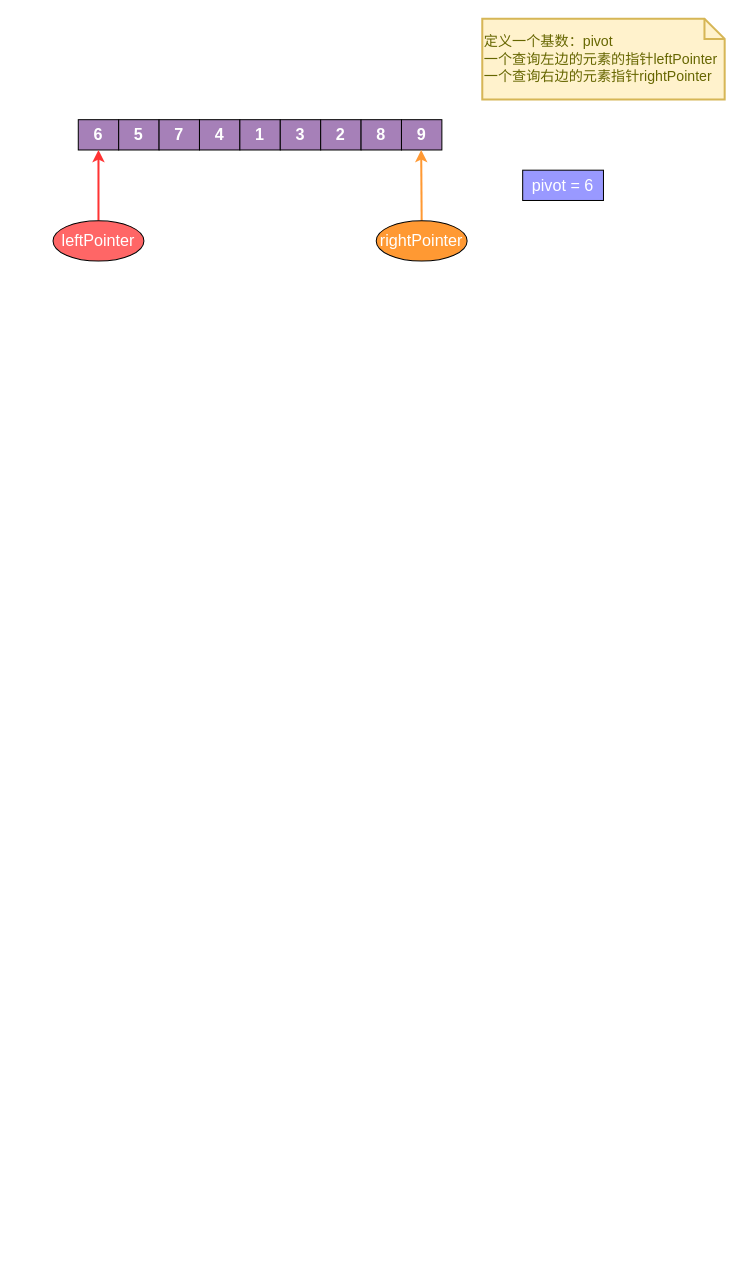
This is 数据结构与算法/排序算法.drawio from LiHuiBin1995/study-java, a draw.io file, before an edit. Source tidied: cells renumbered, new cells numbered last; positions are measured from the earlier drawing's top-left corner, leaving out a move shared by most shapes. Both pictures are drawn from the tidied source at 101%, with x=0, y=0 at pixel (53, 18).
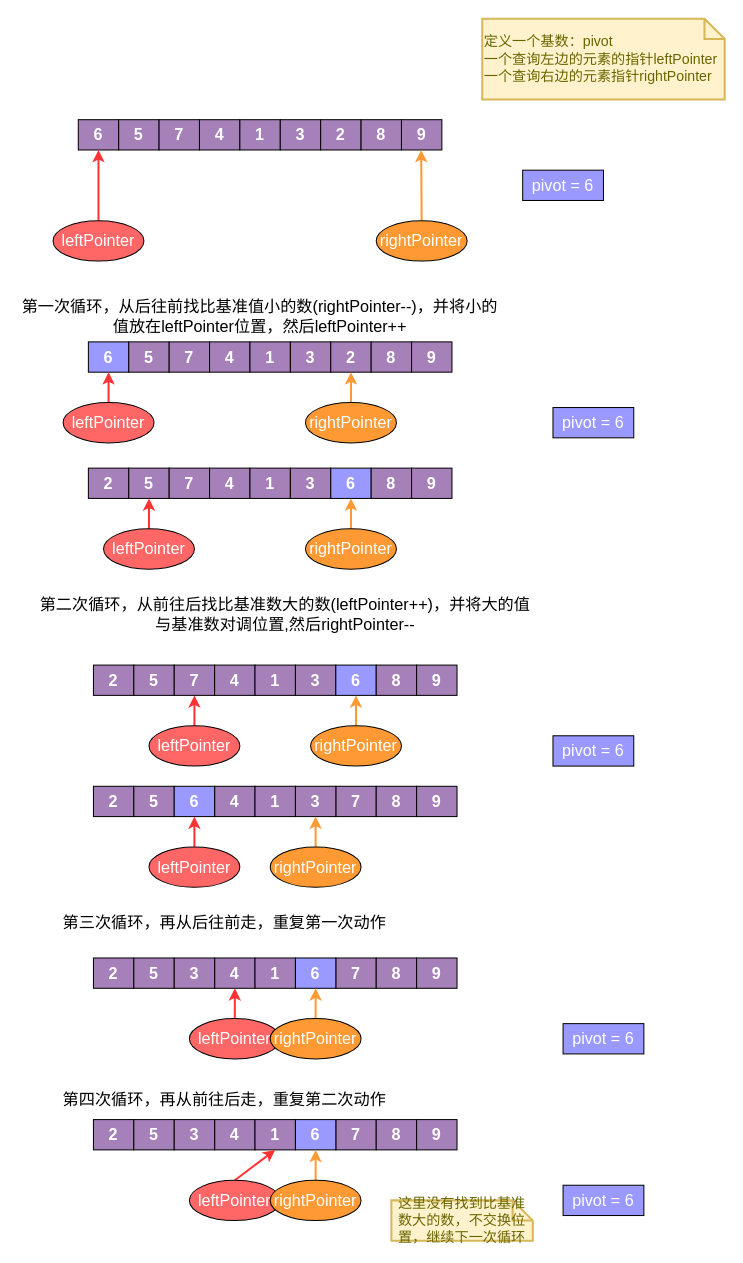
The same page after the edit.

Commit message (it also covers changes not shown here):
更新排序算法.drawio

Diff of the diagram source:
```diff
@@
+    <mxCell id="17" value="&lt;font color=&quot;#000000&quot;&gt;第一次循环，从后往前找比基准值小的数(rightPointer--)，并将小的值放在leftPointer位置，然后leftPointer++&lt;/font&gt;" style="text;html=1;strokeColor=none;fillColor=none;align=center;verticalAlign=middle;whiteSpace=wrap;rounded=0;fontSize=16;fontColor=#FFFFFF;" parent="1" vertex="1">
+      <mxGeometry x="-35" y="280" width="480" height="30" as="geometry" />
+    </mxCell>
+    <mxCell id="18" value="6" style="rounded=0;whiteSpace=wrap;html=1;fillColor=#9999FF;fontColor=#FFFFFF;fontSize=16;fontStyle=1;" parent="1" vertex="1">
+      <mxGeometry x="35" y="320" width="40" height="30" as="geometry" />
+    </mxCell>
+    <mxCell id="19" value="5" style="rounded=0;whiteSpace=wrap;html=1;fillColor=#A680B8;fontColor=#FFFFFF;fontSize=16;fontStyle=1;" parent="1" vertex="1">
+      <mxGeometry x="75" y="320" width="40" height="30" as="geometry" />
+    </mxCell>
+    <mxCell id="20" value="7" style="rounded=0;whiteSpace=wrap;html=1;fillColor=#A680B8;fontColor=#FFFFFF;fontSize=16;fontStyle=1;" parent="1" vertex="1">
+      <mxGeometry x="115" y="320" width="40" height="30" as="geometry" />
+    </mxCell>
+    <mxCell id="21" value="4" style="rounded=0;whiteSpace=wrap;html=1;fillColor=#A680B8;fontColor=#FFFFFF;fontSize=16;fontStyle=1;" parent="1" vertex="1">
+      <mxGeometry x="155" y="320" width="40" height="30" as="geometry" />
+    </mxCell>
+    <mxCell id="22" value="1" style="rounded=0;whiteSpace=wrap;html=1;fillColor=#A680B8;fontColor=#FFFFFF;fontSize=16;fontStyle=1;" parent="1" vertex="1">
+      <mxGeometry x="195" y="320" width="40" height="30" as="geometry" />
+    </mxCell>
+    <mxCell id="23" value="3" style="rounded=0;whiteSpace=wrap;html=1;fillColor=#A680B8;fontColor=#FFFFFF;fontSize=16;fontStyle=1;" parent="1" vertex="1">
+      <mxGeometry x="235" y="320" width="40" height="30" as="geometry" />
+    </mxCell>
+    <mxCell id="24" value="2" style="rounded=0;whiteSpace=wrap;html=1;fillColor=#A680B8;fontColor=#FFFFFF;fontSize=16;fontStyle=1;" parent="1" vertex="1">
+      <mxGeometry x="275" y="320" width="40" height="30" as="geometry" />
+    </mxCell>
+    <mxCell id="25" value="8" style="rounded=0;whiteSpace=wrap;html=1;fillColor=#A680B8;fontColor=#FFFFFF;fontSize=16;fontStyle=1;" parent="1" vertex="1">
+      <mxGeometry x="315" y="320" width="40" height="30" as="geometry" />
+    </mxCell>
+    <mxCell id="26" value="9" style="rounded=0;whiteSpace=wrap;html=1;fillColor=#A680B8;fontColor=#FFFFFF;fontSize=16;fontStyle=1;" parent="1" vertex="1">
+      <mxGeometry x="355" y="320" width="40" height="30" as="geometry" />
+    </mxCell>
+    <mxCell id="27" style="endArrow=classic;html=1;rounded=0;fontSize=16;fontColor=#FFFFFF;entryX=0.5;entryY=1;entryDx=0;entryDy=0;strokeWidth=2;strokeColor=#FF3333;exitX=0.5;exitY=0;exitDx=0;exitDy=0;" parent="1" edge="1" source="29" target="18">
+      <mxGeometry relative="1" as="geometry" />
+    </mxCell>
+    <mxCell id="28" style="endArrow=classic;html=1;rounded=0;fontSize=16;fontColor=#FFFFFF;entryX=0.5;entryY=1;entryDx=0;entryDy=0;strokeWidth=2;strokeColor=#FF9933;exitX=0.5;exitY=0;exitDx=0;exitDy=0;fillColor=#FFB366;" parent="1" edge="1" source="30" target="24">
+      <mxGeometry relative="1" as="geometry" />
+    </mxCell>
+    <mxCell id="29" value="leftPointer" style="ellipse;whiteSpace=wrap;html=1;fontSize=16;fontColor=#FFFFFF;fillColor=#FF6666;align=center;" parent="1" vertex="1">
+      <mxGeometry x="10" y="380" width="90" height="40" as="geometry" />
+    </mxCell>
+    <mxCell id="30" value="rightPointer" style="ellipse;whiteSpace=wrap;html=1;fontSize=16;fontColor=#FFFFFF;fillColor=#FF9933;align=center;" parent="1" vertex="1">
+      <mxGeometry x="250" y="380" width="90" height="40" as="geometry" />
+    </mxCell>
+    <mxCell id="31" value="pivot = 6" style="rounded=0;whiteSpace=wrap;html=1;fontSize=16;fontColor=#FFFFFF;fillColor=#9999FF;align=center;" parent="1" vertex="1">
+      <mxGeometry x="495" y="385" width="80" height="30" as="geometry" />
+    </mxCell>
+    <mxCell id="32" value="2" style="rounded=0;whiteSpace=wrap;html=1;fillColor=#A680B8;fontColor=#FFFFFF;fontSize=16;fontStyle=1;" parent="1" vertex="1">
+      <mxGeometry x="35" y="445" width="40" height="30" as="geometry" />
+    </mxCell>
+    <mxCell id="33" value="5" style="rounded=0;whiteSpace=wrap;html=1;fillColor=#A680B8;fontColor=#FFFFFF;fontSize=16;fontStyle=1;" parent="1" vertex="1">
+      <mxGeometry x="75" y="445" width="40" height="30" as="geometry" />
+    </mxCell>
+    <mxCell id="34" value="7" style="rounded=0;whiteSpace=wrap;html=1;fillColor=#A680B8;fontColor=#FFFFFF;fontSize=16;fontStyle=1;" parent="1" vertex="1">
+      <mxGeometry x="115" y="445" width="40" height="30" as="geometry" />
+    </mxCell>
+    <mxCell id="35" value="4" style="rounded=0;whiteSpace=wrap;html=1;fillColor=#A680B8;fontColor=#FFFFFF;fontSize=16;fontStyle=1;" parent="1" vertex="1">
+      <mxGeometry x="155" y="445" width="40" height="30" as="geometry" />
+    </mxCell>
+    <mxCell id="36" value="1" style="rounded=0;whiteSpace=wrap;html=1;fillColor=#A680B8;fontColor=#FFFFFF;fontSize=16;fontStyle=1;" parent="1" vertex="1">
+      <mxGeometry x="195" y="445" width="40" height="30" as="geometry" />
+    </mxCell>
+    <mxCell id="37" value="3" style="rounded=0;whiteSpace=wrap;html=1;fillColor=#A680B8;fontColor=#FFFFFF;fontSize=16;fontStyle=1;" parent="1" vertex="1">
+      <mxGeometry x="235" y="445" width="40" height="30" as="geometry" />
+    </mxCell>
+    <mxCell id="38" value="6" style="rounded=0;whiteSpace=wrap;html=1;fillColor=#9999FF;fontColor=#FFFFFF;fontSize=16;fontStyle=1;" parent="1" vertex="1">
+      <mxGeometry x="275" y="445" width="40" height="30" as="geometry" />
+    </mxCell>
+    <mxCell id="39" value="8" style="rounded=0;whiteSpace=wrap;html=1;fillColor=#A680B8;fontColor=#FFFFFF;fontSize=16;fontStyle=1;" parent="1" vertex="1">
+      <mxGeometry x="315" y="445" width="40" height="30" as="geometry" />
+    </mxCell>
+    <mxCell id="40" value="9" style="rounded=0;whiteSpace=wrap;html=1;fillColor=#A680B8;fontColor=#FFFFFF;fontSize=16;fontStyle=1;" parent="1" vertex="1">
+      <mxGeometry x="355" y="445" width="40" height="30" as="geometry" />
+    </mxCell>
+    <mxCell id="41" style="endArrow=classic;html=1;rounded=0;fontSize=16;fontColor=#FFFFFF;entryX=0.5;entryY=1;entryDx=0;entryDy=0;strokeWidth=2;strokeColor=#FF3333;exitX=0.5;exitY=0;exitDx=0;exitDy=0;" parent="1" edge="1" source="43" target="33">
+      <mxGeometry relative="1" as="geometry" />
+    </mxCell>
+    <mxCell id="42" style="endArrow=classic;html=1;rounded=0;fontSize=16;fontColor=#FFFFFF;entryX=0.5;entryY=1;entryDx=0;entryDy=0;strokeWidth=2;strokeColor=#FF9933;exitX=0.5;exitY=0;exitDx=0;exitDy=0;fillColor=#FFB366;" parent="1" edge="1" source="44" target="38">
+      <mxGeometry relative="1" as="geometry" />
+    </mxCell>
+    <mxCell id="43" value="leftPointer" style="ellipse;whiteSpace=wrap;html=1;fontSize=16;fontColor=#FFFFFF;fillColor=#FF6666;align=center;" parent="1" vertex="1">
+      <mxGeometry x="50" y="505" width="90" height="40" as="geometry" />
+    </mxCell>
+    <mxCell id="44" value="rightPointer" style="ellipse;whiteSpace=wrap;html=1;fontSize=16;fontColor=#FFFFFF;fillColor=#FF9933;align=center;" parent="1" vertex="1">
+      <mxGeometry x="250" y="505" width="90" height="40" as="geometry" />
+    </mxCell>
+    <mxCell id="45" value="第二次循环，从前往后找比基准数大的数(leftPointer++)，并将大的值与基准数对调位置,然后rightPointer--" style="text;html=1;strokeColor=none;fillColor=none;align=center;verticalAlign=middle;whiteSpace=wrap;rounded=0;fontSize=16;fontColor=#000000;" parent="1" vertex="1">
+      <mxGeometry x="-15" y="570" width="490" height="40" as="geometry" />
+    </mxCell>
+    <mxCell id="46" value="2" style="rounded=0;whiteSpace=wrap;html=1;fillColor=#A680B8;fontColor=#FFFFFF;fontSize=16;fontStyle=1;" parent="1" vertex="1">
+      <mxGeometry x="40" y="640" width="40" height="30" as="geometry" />
+    </mxCell>
+    <mxCell id="47" value="5" style="rounded=0;whiteSpace=wrap;html=1;fillColor=#A680B8;fontColor=#FFFFFF;fontSize=16;fontStyle=1;" parent="1" vertex="1">
+      <mxGeometry x="80" y="640" width="40" height="30" as="geometry" />
+    </mxCell>
+    <mxCell id="48" value="7" style="rounded=0;whiteSpace=wrap;html=1;fillColor=#A680B8;fontColor=#FFFFFF;fontSize=16;fontStyle=1;" parent="1" vertex="1">
+      <mxGeometry x="120" y="640" width="40" height="30" as="geometry" />
+    </mxCell>
+    <mxCell id="49" value="4" style="rounded=0;whiteSpace=wrap;html=1;fillColor=#A680B8;fontColor=#FFFFFF;fontSize=16;fontStyle=1;" parent="1" vertex="1">
+      <mxGeometry x="160" y="640" width="40" height="30" as="geometry" />
+    </mxCell>
+    <mxCell id="50" value="1" style="rounded=0;whiteSpace=wrap;html=1;fillColor=#A680B8;fontColor=#FFFFFF;fontSize=16;fontStyle=1;" parent="1" vertex="1">
+      <mxGeometry x="200" y="640" width="40" height="30" as="geometry" />
+    </mxCell>
+    <mxCell id="51" value="3" style="rounded=0;whiteSpace=wrap;html=1;fillColor=#A680B8;fontColor=#FFFFFF;fontSize=16;fontStyle=1;" parent="1" vertex="1">
+      <mxGeometry x="240" y="640" width="40" height="30" as="geometry" />
+    </mxCell>
+    <mxCell id="52" value="6" style="rounded=0;whiteSpace=wrap;html=1;fillColor=#9999FF;fontColor=#FFFFFF;fontSize=16;fontStyle=1;" parent="1" vertex="1">
+      <mxGeometry x="280" y="640" width="40" height="30" as="geometry" />
+    </mxCell>
+    <mxCell id="53" value="8" style="rounded=0;whiteSpace=wrap;html=1;fillColor=#A680B8;fontColor=#FFFFFF;fontSize=16;fontStyle=1;" parent="1" vertex="1">
+      <mxGeometry x="320" y="640" width="40" height="30" as="geometry" />
+    </mxCell>
+    <mxCell id="54" value="9" style="rounded=0;whiteSpace=wrap;html=1;fillColor=#A680B8;fontColor=#FFFFFF;fontSize=16;fontStyle=1;" parent="1" vertex="1">
+      <mxGeometry x="360" y="640" width="40" height="30" as="geometry" />
+    </mxCell>
+    <mxCell id="55" style="endArrow=classic;html=1;rounded=0;fontSize=16;fontColor=#FFFFFF;entryX=0.5;entryY=1;entryDx=0;entryDy=0;strokeWidth=2;strokeColor=#FF3333;exitX=0.5;exitY=0;exitDx=0;exitDy=0;" parent="1" edge="1" source="57" target="48">
+      <mxGeometry relative="1" as="geometry" />
+    </mxCell>
+    <mxCell id="56" style="endArrow=classic;html=1;rounded=0;fontSize=16;fontColor=#FFFFFF;entryX=0.5;entryY=1;entryDx=0;entryDy=0;strokeWidth=2;strokeColor=#FF9933;exitX=0.5;exitY=0;exitDx=0;exitDy=0;fillColor=#FFB366;" parent="1" edge="1" source="58" target="52">
+      <mxGeometry relative="1" as="geometry" />
+    </mxCell>
+    <mxCell id="57" value="leftPointer" style="ellipse;whiteSpace=wrap;html=1;fontSize=16;fontColor=#FFFFFF;fillColor=#FF6666;align=center;" parent="1" vertex="1">
+      <mxGeometry x="95" y="700" width="90" height="40" as="geometry" />
+    </mxCell>
+    <mxCell id="58" value="rightPointer" style="ellipse;whiteSpace=wrap;html=1;fontSize=16;fontColor=#FFFFFF;fillColor=#FF9933;align=center;" parent="1" vertex="1">
+      <mxGeometry x="255" y="700" width="90" height="40" as="geometry" />
+    </mxCell>
+    <mxCell id="59" value="pivot = 6" style="rounded=0;whiteSpace=wrap;html=1;fontSize=16;fontColor=#FFFFFF;fillColor=#9999FF;align=center;" parent="1" vertex="1">
+      <mxGeometry x="495" y="710" width="80" height="30" as="geometry" />
+    </mxCell>
+    <mxCell id="60" value="2" style="rounded=0;whiteSpace=wrap;html=1;fillColor=#A680B8;fontColor=#FFFFFF;fontSize=16;fontStyle=1;" parent="1" vertex="1">
+      <mxGeometry x="40" y="760" width="40" height="30" as="geometry" />
+    </mxCell>
+    <mxCell id="61" value="5" style="rounded=0;whiteSpace=wrap;html=1;fillColor=#A680B8;fontColor=#FFFFFF;fontSize=16;fontStyle=1;" parent="1" vertex="1">
+      <mxGeometry x="80" y="760" width="40" height="30" as="geometry" />
+    </mxCell>
+    <mxCell id="62" value="7" style="rounded=0;whiteSpace=wrap;html=1;fillColor=#A680B8;fontColor=#FFFFFF;fontSize=16;fontStyle=1;" parent="1" vertex="1">
+      <mxGeometry x="280" y="760" width="40" height="30" as="geometry" />
+    </mxCell>
+    <mxCell id="63" value="4" style="rounded=0;whiteSpace=wrap;html=1;fillColor=#A680B8;fontColor=#FFFFFF;fontSize=16;fontStyle=1;" parent="1" vertex="1">
+      <mxGeometry x="160" y="760" width="40" height="30" as="geometry" />
+    </mxCell>
+    <mxCell id="64" value="1" style="rounded=0;whiteSpace=wrap;html=1;fillColor=#A680B8;fontColor=#FFFFFF;fontSize=16;fontStyle=1;" parent="1" vertex="1">
+      <mxGeometry x="200" y="760" width="40" height="30" as="geometry" />
+    </mxCell>
+    <mxCell id="65" value="3" style="rounded=0;whiteSpace=wrap;html=1;fillColor=#A680B8;fontColor=#FFFFFF;fontSize=16;fontStyle=1;" parent="1" vertex="1">
+      <mxGeometry x="240" y="760" width="40" height="30" as="geometry" />
+    </mxCell>
+    <mxCell id="66" value="6" style="rounded=0;whiteSpace=wrap;html=1;fillColor=#9999FF;fontColor=#FFFFFF;fontSize=16;fontStyle=1;" parent="1" vertex="1">
+      <mxGeometry x="120" y="760" width="40" height="30" as="geometry" />
+    </mxCell>
+    <mxCell id="67" value="8" style="rounded=0;whiteSpace=wrap;html=1;fillColor=#A680B8;fontColor=#FFFFFF;fontSize=16;fontStyle=1;" parent="1" vertex="1">
+      <mxGeometry x="320" y="760" width="40" height="30" as="geometry" />
+    </mxCell>
+    <mxCell id="68" value="9" style="rounded=0;whiteSpace=wrap;html=1;fillColor=#A680B8;fontColor=#FFFFFF;fontSize=16;fontStyle=1;" parent="1" vertex="1">
+      <mxGeometry x="360" y="760" width="40" height="30" as="geometry" />
+    </mxCell>
+    <mxCell id="69" style="endArrow=classic;html=1;rounded=0;fontSize=16;fontColor=#FFFFFF;strokeWidth=2;strokeColor=#FF3333;exitX=0.5;exitY=0;exitDx=0;exitDy=0;entryX=0.5;entryY=1;entryDx=0;entryDy=0;" parent="1" edge="1" source="71" target="66">
+      <mxGeometry relative="1" as="geometry" />
+    </mxCell>
+    <mxCell id="70" style="endArrow=classic;html=1;rounded=0;fontSize=16;fontColor=#FFFFFF;strokeWidth=2;strokeColor=#FF9933;exitX=0.5;exitY=0;exitDx=0;exitDy=0;fillColor=#FFB366;entryX=0.5;entryY=1;entryDx=0;entryDy=0;" parent="1" edge="1" source="72" target="65">
+      <mxGeometry relative="1" as="geometry" />
+    </mxCell>
+    <mxCell id="71" value="leftPointer" style="ellipse;whiteSpace=wrap;html=1;fontSize=16;fontColor=#FFFFFF;fillColor=#FF6666;align=center;" parent="1" vertex="1">
+      <mxGeometry x="95" y="820" width="90" height="40" as="geometry" />
+    </mxCell>
+    <mxCell id="72" value="rightPointer" style="ellipse;whiteSpace=wrap;html=1;fontSize=16;fontColor=#FFFFFF;fillColor=#FF9933;align=center;" parent="1" vertex="1">
+      <mxGeometry x="215" y="820" width="90" height="40" as="geometry" />
+    </mxCell>
+    <mxCell id="73" value="第三次循环，再从后往前走，重复第一次动作" style="text;html=1;strokeColor=none;fillColor=none;align=center;verticalAlign=middle;whiteSpace=wrap;rounded=0;fontSize=16;fontColor=#000000;" parent="1" vertex="1">
+      <mxGeometry x="5" y="880" width="330" height="30" as="geometry" />
+    </mxCell>
+    <mxCell id="74" value="2" style="rounded=0;whiteSpace=wrap;html=1;fillColor=#A680B8;fontColor=#FFFFFF;fontSize=16;fontStyle=1;" parent="1" vertex="1">
+      <mxGeometry x="40" y="930" width="40" height="30" as="geometry" />
+    </mxCell>
+    <mxCell id="75" value="5" style="rounded=0;whiteSpace=wrap;html=1;fillColor=#A680B8;fontColor=#FFFFFF;fontSize=16;fontStyle=1;" parent="1" vertex="1">
+      <mxGeometry x="80" y="930" width="40" height="30" as="geometry" />
+    </mxCell>
+    <mxCell id="76" value="7" style="rounded=0;whiteSpace=wrap;html=1;fillColor=#A680B8;fontColor=#FFFFFF;fontSize=16;fontStyle=1;" parent="1" vertex="1">
+      <mxGeometry x="280" y="930" width="40" height="30" as="geometry" />
+    </mxCell>
+    <mxCell id="77" value="4" style="rounded=0;whiteSpace=wrap;html=1;fillColor=#A680B8;fontColor=#FFFFFF;fontSize=16;fontStyle=1;" parent="1" vertex="1">
+      <mxGeometry x="160" y="930" width="40" height="30" as="geometry" />
+    </mxCell>
+    <mxCell id="78" value="1" style="rounded=0;whiteSpace=wrap;html=1;fillColor=#A680B8;fontColor=#FFFFFF;fontSize=16;fontStyle=1;" parent="1" vertex="1">
+      <mxGeometry x="200" y="930" width="40" height="30" as="geometry" />
+    </mxCell>
+    <mxCell id="79" value="3" style="rounded=0;whiteSpace=wrap;html=1;fillColor=#A680B8;fontColor=#FFFFFF;fontSize=16;fontStyle=1;" parent="1" vertex="1">
+      <mxGeometry x="120" y="930" width="40" height="30" as="geometry" />
+    </mxCell>
+    <mxCell id="80" value="6" style="rounded=0;whiteSpace=wrap;html=1;fillColor=#9999FF;fontColor=#FFFFFF;fontSize=16;fontStyle=1;" parent="1" vertex="1">
+      <mxGeometry x="240" y="930" width="40" height="30" as="geometry" />
+    </mxCell>
+    <mxCell id="81" value="8" style="rounded=0;whiteSpace=wrap;html=1;fillColor=#A680B8;fontColor=#FFFFFF;fontSize=16;fontStyle=1;" parent="1" vertex="1">
+      <mxGeometry x="320" y="930" width="40" height="30" as="geometry" />
+    </mxCell>
+    <mxCell id="82" value="9" style="rounded=0;whiteSpace=wrap;html=1;fillColor=#A680B8;fontColor=#FFFFFF;fontSize=16;fontStyle=1;" parent="1" vertex="1">
+      <mxGeometry x="360" y="930" width="40" height="30" as="geometry" />
+    </mxCell>
+    <mxCell id="83" style="endArrow=classic;html=1;rounded=0;fontSize=16;fontColor=#FFFFFF;strokeWidth=2;strokeColor=#FF3333;exitX=0.5;exitY=0;exitDx=0;exitDy=0;entryX=0.5;entryY=1;entryDx=0;entryDy=0;" parent="1" edge="1" source="85" target="77">
+      <mxGeometry relative="1" as="geometry" />
+    </mxCell>
+    <mxCell id="84" style="endArrow=classic;html=1;rounded=0;fontSize=16;fontColor=#FFFFFF;strokeWidth=2;strokeColor=#FF9933;exitX=0.5;exitY=0;exitDx=0;exitDy=0;fillColor=#FFB366;entryX=0.5;entryY=1;entryDx=0;entryDy=0;" parent="1" edge="1" source="86" target="80">
+      <mxGeometry relative="1" as="geometry" />
+    </mxCell>
+    <mxCell id="85" value="leftPointer" style="ellipse;whiteSpace=wrap;html=1;fontSize=16;fontColor=#FFFFFF;fillColor=#FF6666;align=center;" parent="1" vertex="1">
+      <mxGeometry x="135" y="990" width="90" height="40" as="geometry" />
+    </mxCell>
+    <mxCell id="86" value="rightPointer" style="ellipse;whiteSpace=wrap;html=1;fontSize=16;fontColor=#FFFFFF;fillColor=#FF9933;align=center;" parent="1" vertex="1">
+      <mxGeometry x="215" y="990" width="90" height="40" as="geometry" />
+    </mxCell>
+    <mxCell id="87" value="pivot = 6" style="rounded=0;whiteSpace=wrap;html=1;fontSize=16;fontColor=#FFFFFF;fillColor=#9999FF;align=center;" parent="1" vertex="1">
+      <mxGeometry x="505" y="995" width="80" height="30" as="geometry" />
+    </mxCell>
+    <mxCell id="88" value="第四次循环，再从前往后走，重复第二次动作" style="text;html=1;strokeColor=none;fillColor=none;align=center;verticalAlign=middle;whiteSpace=wrap;rounded=0;fontSize=16;fontColor=#000000;" parent="1" vertex="1">
+      <mxGeometry x="-30" y="1050" width="400" height="40" as="geometry" />
+    </mxCell>
+    <mxCell id="89" value="2" style="rounded=0;whiteSpace=wrap;html=1;fillColor=#A680B8;fontColor=#FFFFFF;fontSize=16;fontStyle=1;" parent="1" vertex="1">
+      <mxGeometry x="40" y="1090" width="40" height="30" as="geometry" />
+    </mxCell>
+    <mxCell id="90" value="5" style="rounded=0;whiteSpace=wrap;html=1;fillColor=#A680B8;fontColor=#FFFFFF;fontSize=16;fontStyle=1;" parent="1" vertex="1">
+      <mxGeometry x="80" y="1090" width="40" height="30" as="geometry" />
+    </mxCell>
+    <mxCell id="91" value="7" style="rounded=0;whiteSpace=wrap;html=1;fillColor=#A680B8;fontColor=#FFFFFF;fontSize=16;fontStyle=1;" parent="1" vertex="1">
+      <mxGeometry x="280" y="1090" width="40" height="30" as="geometry" />
+    </mxCell>
+    <mxCell id="92" value="4" style="rounded=0;whiteSpace=wrap;html=1;fillColor=#A680B8;fontColor=#FFFFFF;fontSize=16;fontStyle=1;" parent="1" vertex="1">
+      <mxGeometry x="160" y="1090" width="40" height="30" as="geometry" />
+    </mxCell>
+    <mxCell id="93" value="1" style="rounded=0;whiteSpace=wrap;html=1;fillColor=#A680B8;fontColor=#FFFFFF;fontSize=16;fontStyle=1;" parent="1" vertex="1">
+      <mxGeometry x="200" y="1090" width="40" height="30" as="geometry" />
+    </mxCell>
+    <mxCell id="94" value="3" style="rounded=0;whiteSpace=wrap;html=1;fillColor=#A680B8;fontColor=#FFFFFF;fontSize=16;fontStyle=1;" parent="1" vertex="1">
+      <mxGeometry x="120" y="1090" width="40" height="30" as="geometry" />
+    </mxCell>
+    <mxCell id="95" value="6" style="rounded=0;whiteSpace=wrap;html=1;fillColor=#9999FF;fontColor=#FFFFFF;fontSize=16;fontStyle=1;" parent="1" vertex="1">
+      <mxGeometry x="240" y="1090" width="40" height="30" as="geometry" />
+    </mxCell>
+    <mxCell id="96" value="8" style="rounded=0;whiteSpace=wrap;html=1;fillColor=#A680B8;fontColor=#FFFFFF;fontSize=16;fontStyle=1;" parent="1" vertex="1">
+      <mxGeometry x="320" y="1090" width="40" height="30" as="geometry" />
+    </mxCell>
+    <mxCell id="97" value="9" style="rounded=0;whiteSpace=wrap;html=1;fillColor=#A680B8;fontColor=#FFFFFF;fontSize=16;fontStyle=1;" parent="1" vertex="1">
+      <mxGeometry x="360" y="1090" width="40" height="30" as="geometry" />
+    </mxCell>
+    <mxCell id="98" style="endArrow=classic;html=1;rounded=0;fontSize=16;fontColor=#FFFFFF;strokeWidth=2;strokeColor=#FF3333;exitX=0.5;exitY=0;exitDx=0;exitDy=0;entryX=0.5;entryY=1;entryDx=0;entryDy=0;" parent="1" edge="1" source="100" target="93">
+      <mxGeometry relative="1" as="geometry" />
+    </mxCell>
+    <mxCell id="99" style="endArrow=classic;html=1;rounded=0;fontSize=16;fontColor=#FFFFFF;strokeWidth=2;strokeColor=#FF9933;exitX=0.5;exitY=0;exitDx=0;exitDy=0;fillColor=#FFB366;entryX=0.5;entryY=1;entryDx=0;entryDy=0;" parent="1" edge="1" source="101" target="95">
+      <mxGeometry relative="1" as="geometry" />
+    </mxCell>
+    <mxCell id="100" value="leftPointer" style="ellipse;whiteSpace=wrap;html=1;fontSize=16;fontColor=#FFFFFF;fillColor=#FF6666;align=center;" parent="1" vertex="1">
+      <mxGeometry x="135" y="1150" width="90" height="40" as="geometry" />
+    </mxCell>
+    <mxCell id="101" value="rightPointer" style="ellipse;whiteSpace=wrap;html=1;fontSize=16;fontColor=#FFFFFF;fillColor=#FF9933;align=center;" parent="1" vertex="1">
+      <mxGeometry x="215" y="1150" width="90" height="40" as="geometry" />
+    </mxCell>
+    <mxCell id="102" value="pivot = 6" style="rounded=0;whiteSpace=wrap;html=1;fontSize=16;fontColor=#FFFFFF;fillColor=#9999FF;align=center;" parent="1" vertex="1">
+      <mxGeometry x="505" y="1155" width="80" height="30" as="geometry" />
+    </mxCell>
+    <mxCell id="103" value="这里没有找到比基准数大的数，不交换位置，继续下一次循环" style="shape=note;strokeWidth=2;fontSize=14;size=20;whiteSpace=wrap;html=1;fillColor=#fff2cc;strokeColor=#d6b656;fontColor=#666600;rounded=0;verticalAlign=middle;" parent="1" vertex="1">
+      <mxGeometry x="335" y="1170" width="140" height="40" as="geometry" />
+    </mxCell>
```
